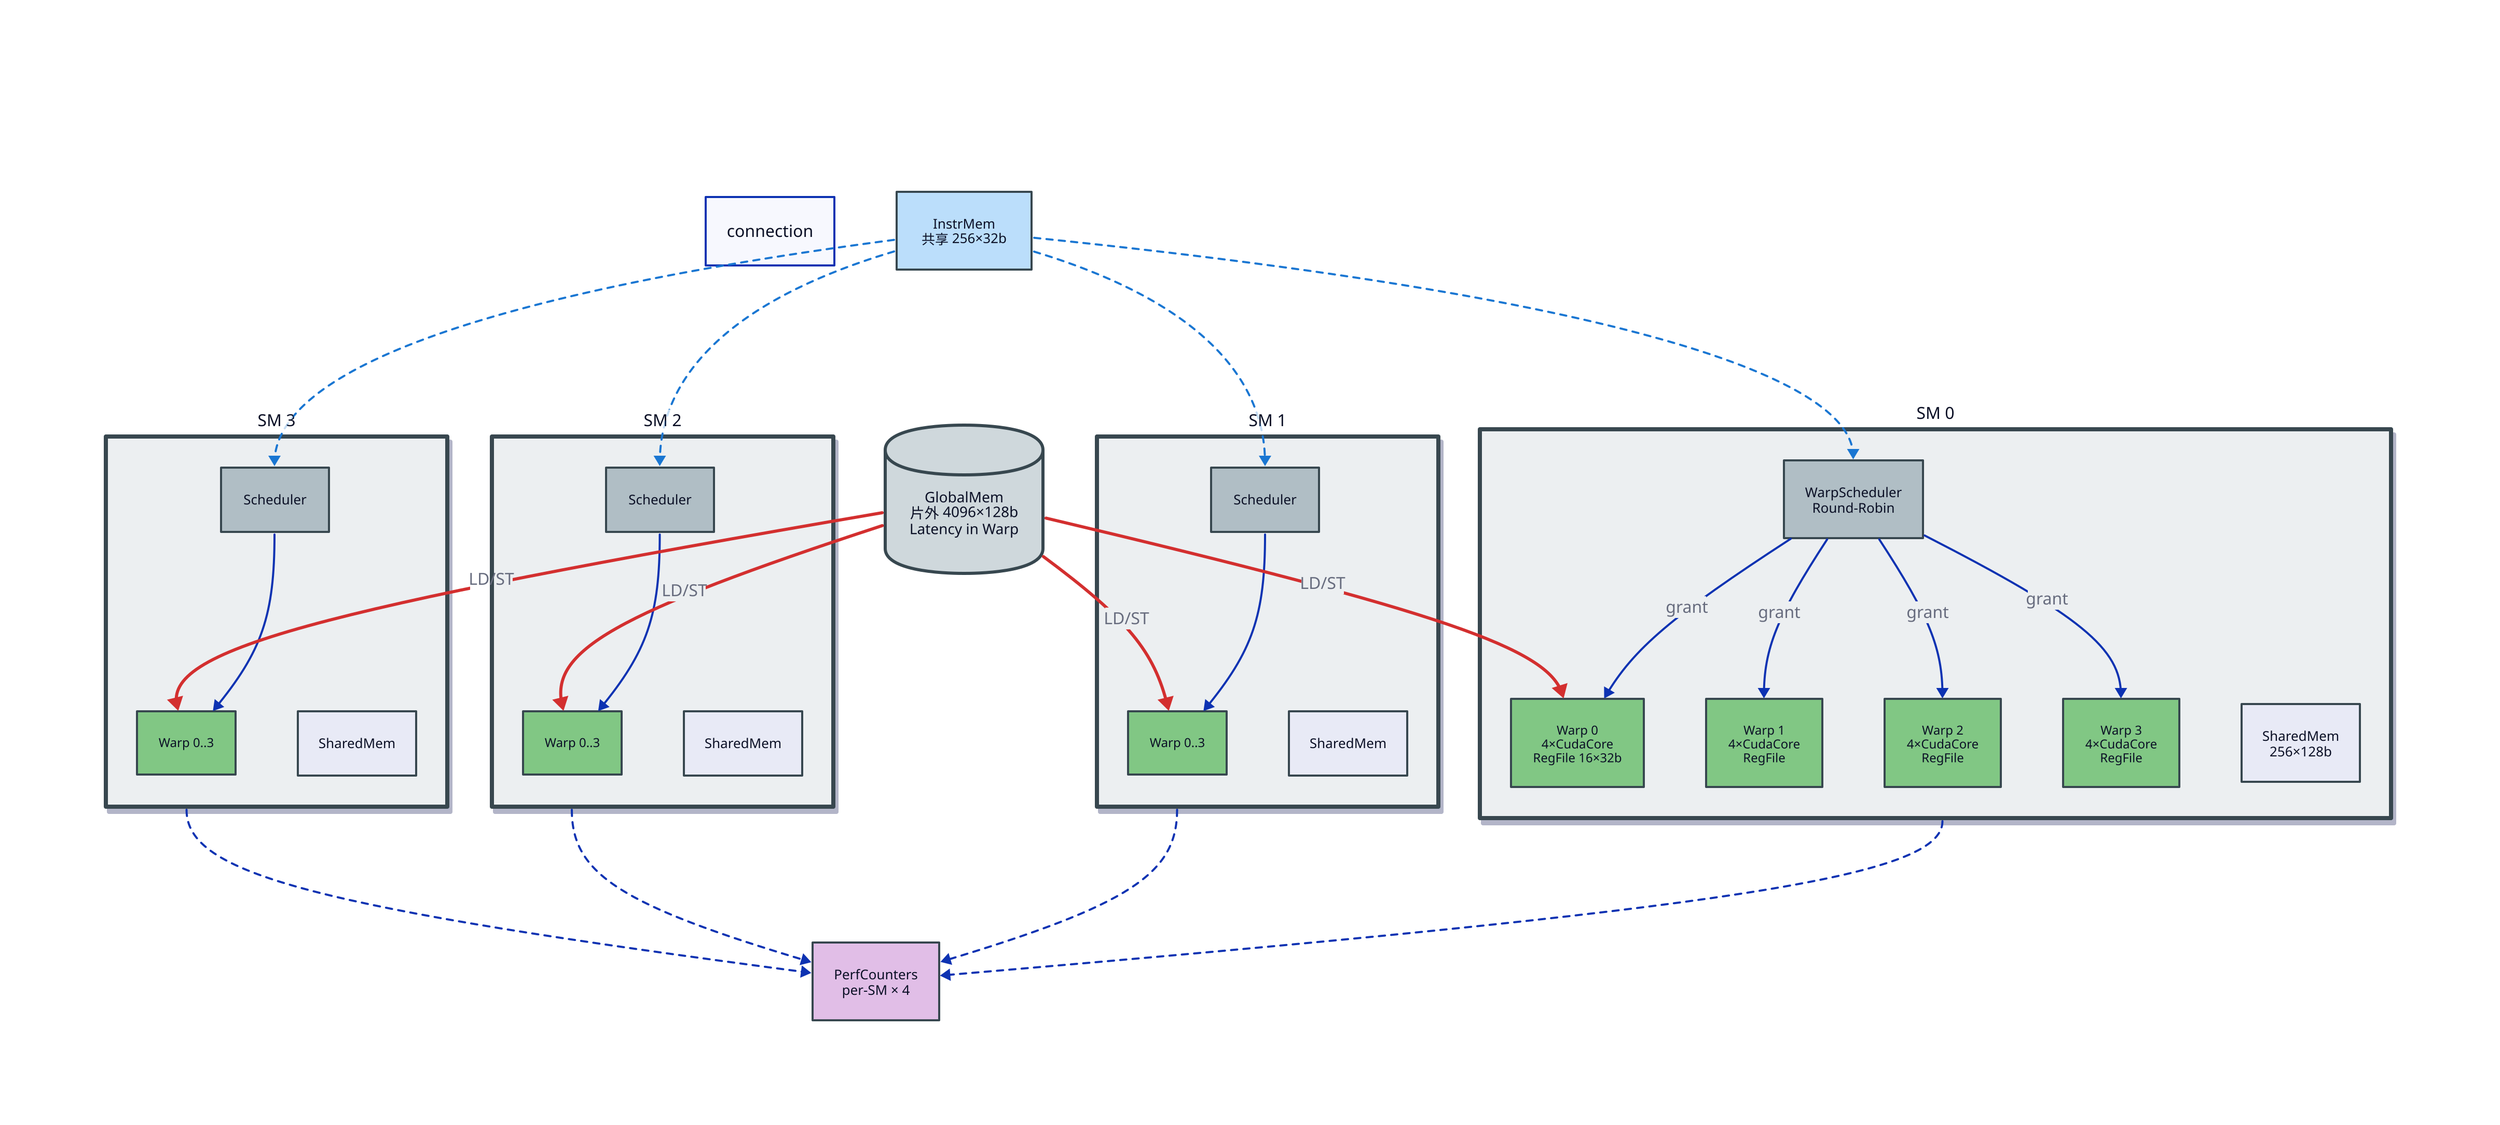
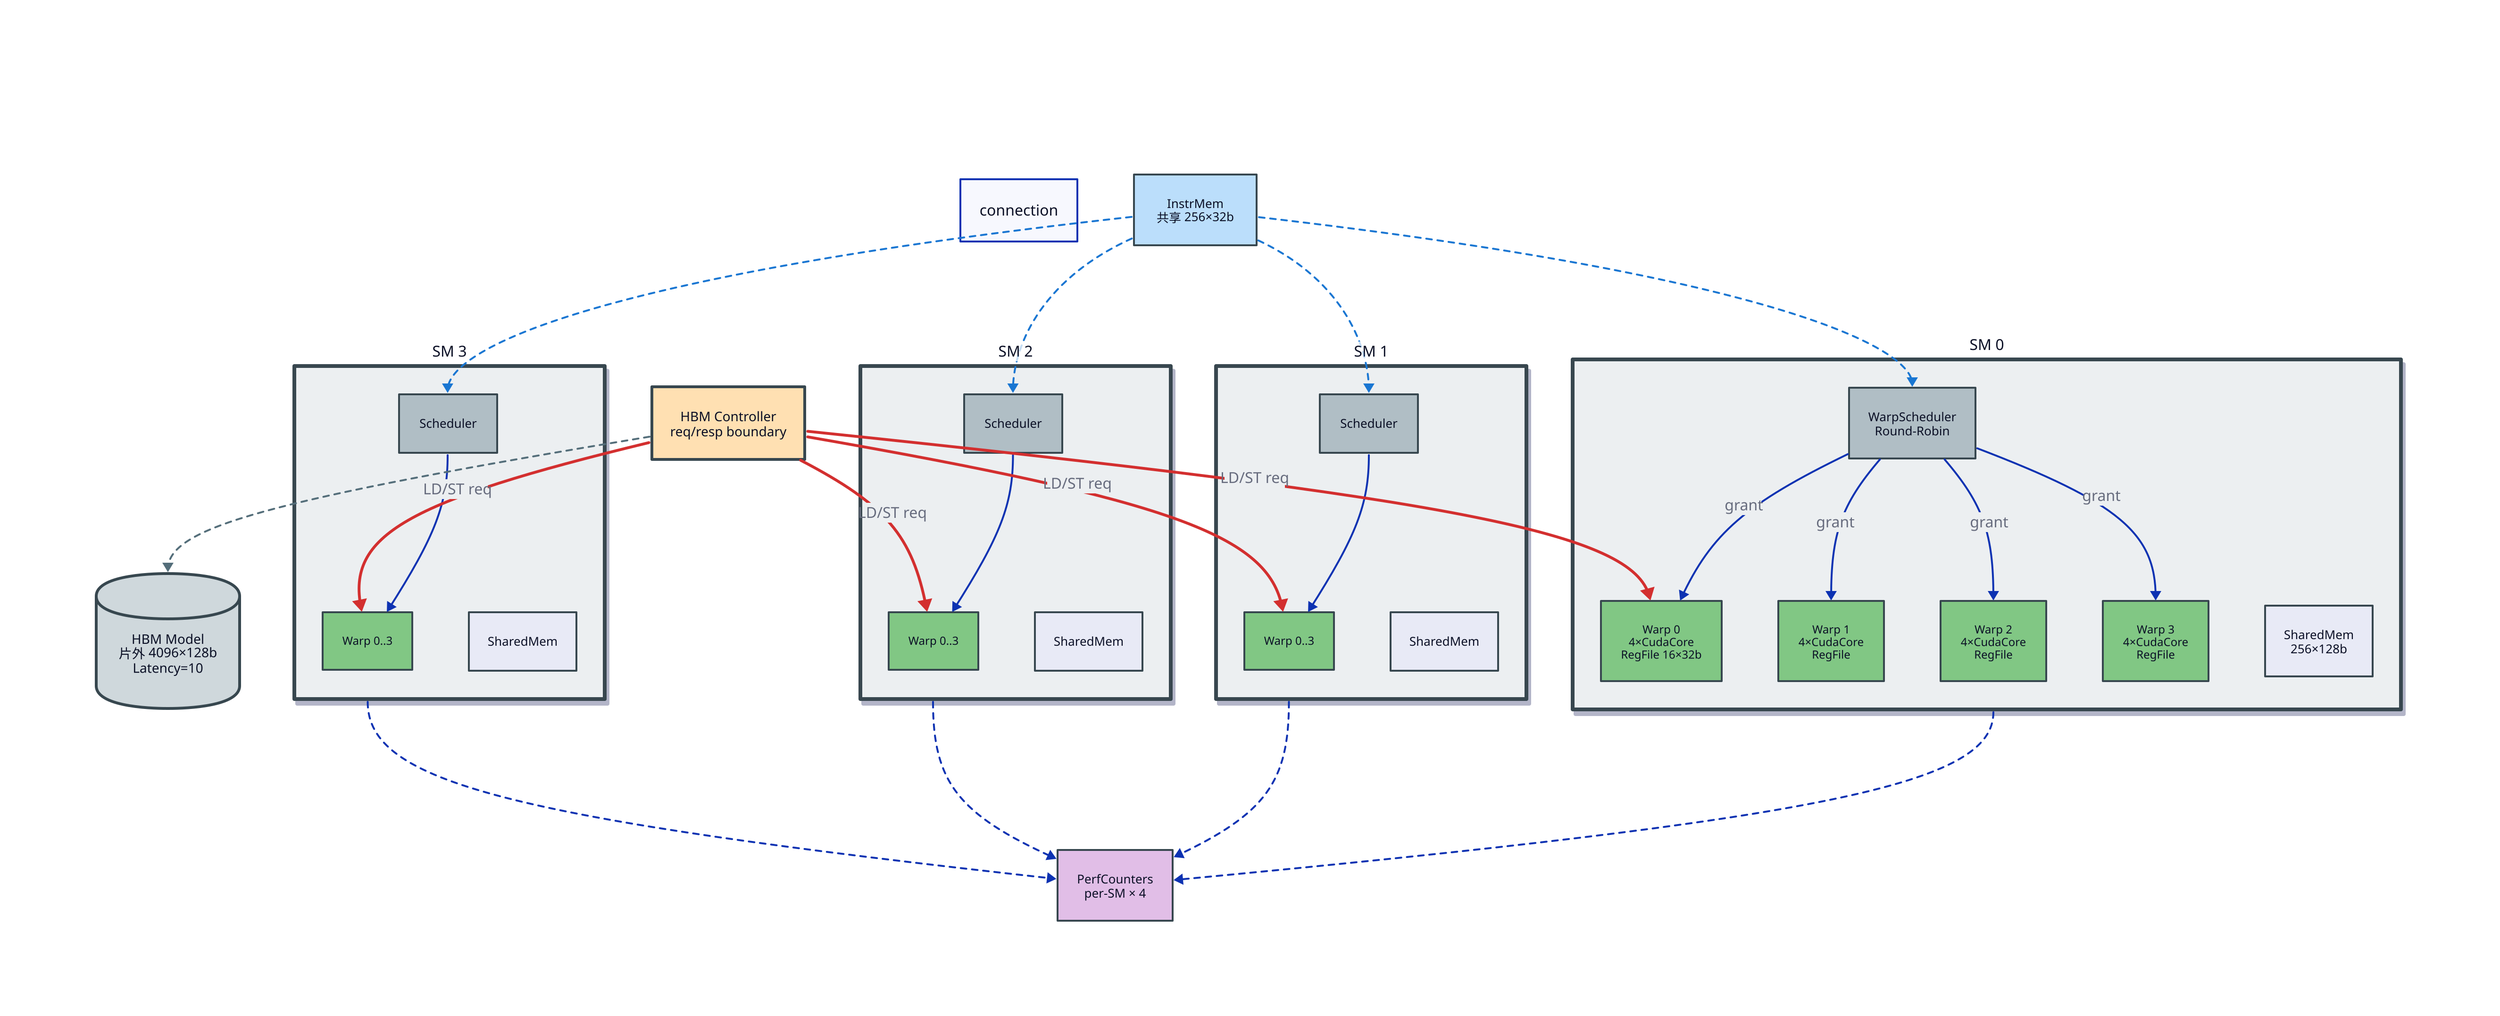
direction: down

# 全局连线样式：使用直线
connection: {
  style.stroke-width: 2
  style.border-radius: 0
}

title: |md
  # 英伟达 GPU — 多SM架构 (4×SM)
| {
  near: top-center
  style.font-size: 20
  style.bold: true
}

# 全局样式配置
vars: {
  mem-color: "#E8EAF6"
  sched-color: "#B0BEC5"
  warp-color: "#81C784"
  border-color: "#37474F"
}

imem: InstrMem\n共享 256×32b {
  shape: rectangle
  style: {
    fill: "#BBDEFB"
    stroke: ${border-color}
    stroke-width: 2
    font-size: 13
  }
}

- gmem: GlobalMem\n片外 4096×128b\nLatency in Warp {
+ hbmCtrl: HBM Controller\nreq/resp boundary {
+   shape: rectangle
+   style: {
+     fill: "#FFE0B2"
+     stroke: ${border-color}
+     stroke-width: 3
+     font-size: 14
+     bold: true
+   }
+ }
+ 
+ hbm: HBM Model\n片外 4096×128b\nLatency=10 {
  shape: cylinder
  style: {
    fill: "#CFD8DC"
    stroke: ${border-color}
    stroke-width: 3
    font-size: 14
    bold: true
  }
}

sm0: SM 0 {
  style: {
    fill: "#ECEFF1"
    stroke: ${border-color}
    stroke-width: 4
    font-size: 16
    bold: true
    shadow: true
  }

  sched: WarpScheduler\nRound-Robin {
    shape: rectangle
    style: {
      fill: ${sched-color}
      stroke: ${border-color}
      stroke-width: 2
      font-size: 13
      bold: true
    }
  }

  w0: Warp 0\n4×CudaCore\nRegFile 16×32b {
    style: {
      fill: ${warp-color}
      stroke: ${border-color}
      stroke-width: 2
      font-size: 12
    }
  }
  w1: Warp 1\n4×CudaCore\nRegFile {
    style: {
      fill: ${warp-color}
      stroke: ${border-color}
      stroke-width: 2
      font-size: 12
    }
  }
  w2: Warp 2\n4×CudaCore\nRegFile {
    style: {
      fill: ${warp-color}
      stroke: ${border-color}
      stroke-width: 2
      font-size: 12
    }
  }
  w3: Warp 3\n4×CudaCore\nRegFile {
    style: {
      fill: ${warp-color}
      stroke: ${border-color}
      stroke-width: 2
      font-size: 12
    }
  }

  shmem: SharedMem\n256×128b {
    shape: rectangle
    style: {
      fill: ${mem-color}
      stroke: ${border-color}
      stroke-width: 2
      font-size: 13
    }
  }

  sched -> w0: grant {style.stroke-width: 2}
  sched -> w1: grant {style.stroke-width: 2}
  sched -> w2: grant {style.stroke-width: 2}
  sched -> w3: grant {style.stroke-width: 2}
}

sm1: SM 1 {
  style: {
    fill: "#ECEFF1"
    stroke: ${border-color}
    stroke-width: 4
    font-size: 16
    bold: true
    shadow: true
  }
  sched: Scheduler {
    shape: rectangle
    style: {
      fill: ${sched-color}
      stroke: ${border-color}
      stroke-width: 2
      font-size: 13
    }
  }
  w0: Warp 0..3 {
    style: {
      fill: ${warp-color}
      stroke: ${border-color}
      stroke-width: 2
      font-size: 12
    }
  }
  shmem: SharedMem {
    shape: rectangle
    style: {
      fill: ${mem-color}
      stroke: ${border-color}
      stroke-width: 2
      font-size: 13
    }
  }
  sched -> w0 {style.stroke-width: 2}
}

sm2: SM 2 {
  style: {
    fill: "#ECEFF1"
    stroke: ${border-color}
    stroke-width: 4
    font-size: 16
    bold: true
    shadow: true
  }
  sched: Scheduler {
    shape: rectangle
    style: {
      fill: ${sched-color}
      stroke: ${border-color}
      stroke-width: 2
      font-size: 13
    }
  }
  w0: Warp 0..3 {
    style: {
      fill: ${warp-color}
      stroke: ${border-color}
      stroke-width: 2
      font-size: 12
    }
  }
  shmem: SharedMem {
    shape: rectangle
    style: {
      fill: ${mem-color}
      stroke: ${border-color}
      stroke-width: 2
      font-size: 13
    }
  }
  sched -> w0 {style.stroke-width: 2}
}

sm3: SM 3 {
  style: {
    fill: "#ECEFF1"
    stroke: ${border-color}
    stroke-width: 4
    font-size: 16
    bold: true
    shadow: true
  }
  sched: Scheduler {
    shape: rectangle
    style: {
      fill: ${sched-color}
      stroke: ${border-color}
      stroke-width: 2
      font-size: 13
    }
  }
  w0: Warp 0..3 {
    style: {
      fill: ${warp-color}
      stroke: ${border-color}
      stroke-width: 2
      font-size: 12
    }
  }
  shmem: SharedMem {
    shape: rectangle
    style: {
      fill: ${mem-color}
      stroke: ${border-color}
      stroke-width: 2
      font-size: 13
    }
  }
  sched -> w0 {style.stroke-width: 2}
}

+ hbmCtrl -> hbm {
+   style: {
+     stroke: "#546E7A"
+     stroke-width: 2
+     stroke-dash: 3
+   }
+ }
+ 
imem -> sm0.sched {
  style: {
    stroke: "#1976D2"
    stroke-width: 2
    stroke-dash: 3
  }
}
imem -> sm1.sched {
  style: {
    stroke: "#1976D2"
    stroke-width: 2
    stroke-dash: 3
  }
}
imem -> sm2.sched {
  style: {
    stroke: "#1976D2"
    stroke-width: 2
    stroke-dash: 3
  }
}
imem -> sm3.sched {
  style: {
    stroke: "#1976D2"
    stroke-width: 2
    stroke-dash: 3
  }
}

- gmem -> sm0.w0: LD/ST {
+ hbmCtrl -> sm0.w0: LD/ST req {
  style: {
    stroke: "#D32F2F"
    stroke-width: 3
  }
}
- gmem -> sm1.w0: LD/ST {
+ hbmCtrl -> sm1.w0: LD/ST req {
  style: {
    stroke: "#D32F2F"
    stroke-width: 3
  }
}
- gmem -> sm2.w0: LD/ST {
+ hbmCtrl -> sm2.w0: LD/ST req {
  style: {
    stroke: "#D32F2F"
    stroke-width: 3
  }
}
- gmem -> sm3.w0: LD/ST {
+ hbmCtrl -> sm3.w0: LD/ST req {
  style: {
    stroke: "#D32F2F"
    stroke-width: 3
  }
}

perf: PerfCounters\nper-SM × 4 {
  shape: rectangle
  style: {
    fill: "#E1BEE7"
    stroke: ${border-color}
    stroke-width: 2
    font-size: 13
  }
}

sm0 -> perf {style.stroke-width: 2; style.stroke-dash: 3}
sm1 -> perf {style.stroke-width: 2; style.stroke-dash: 3}
sm2 -> perf {style.stroke-width: 2; style.stroke-dash: 3}
sm3 -> perf {style.stroke-width: 2; style.stroke-dash: 3}
